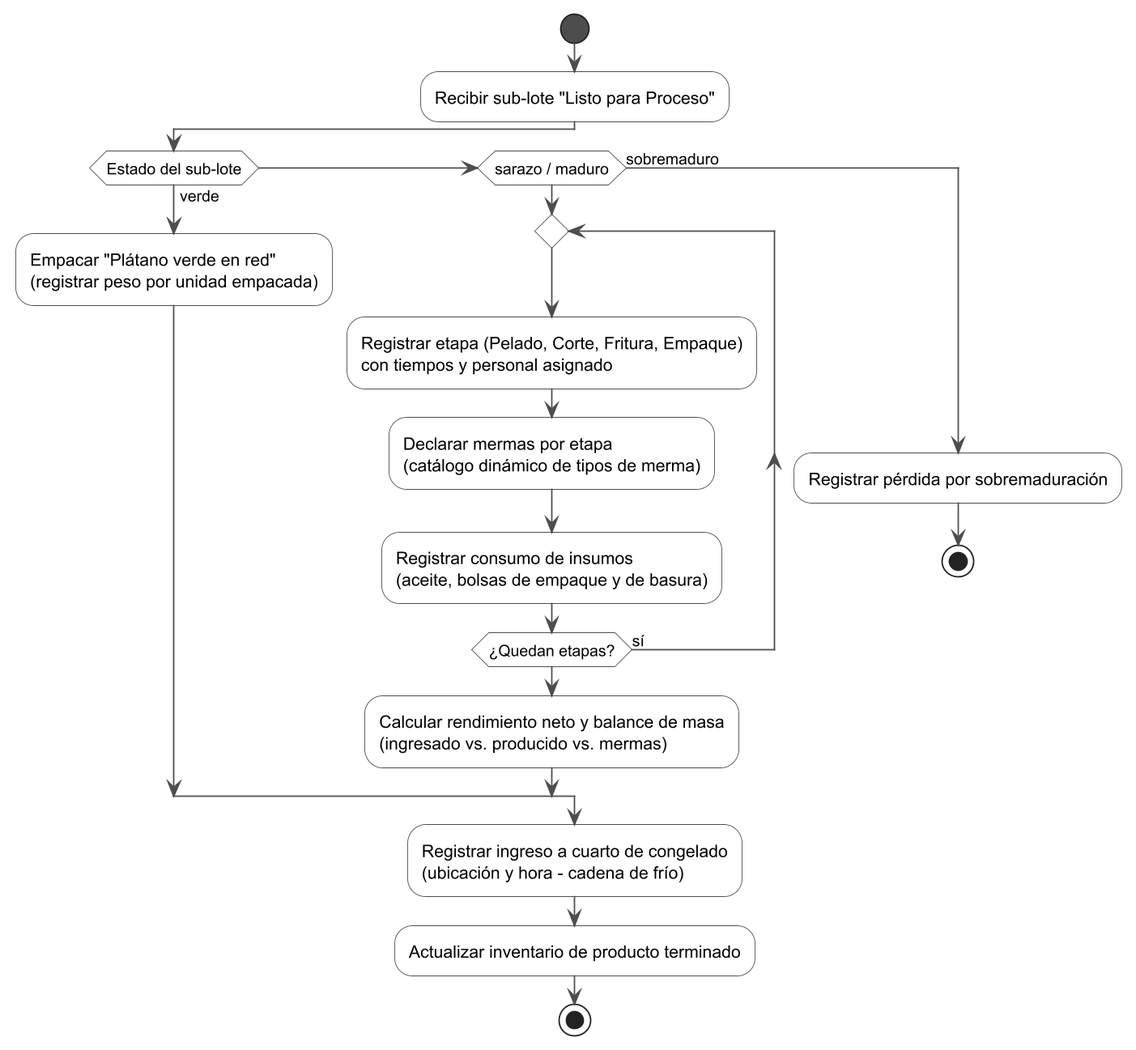
Earlier version of the PlantUML export diagramas/iteraciones/iteracion3_actividades.png (DecosUniversity/distri_yaneth_backend). Source of this version:
```plantuml
@startuml iteracion3_actividades
skinparamlocked dpi 170
skinparam shadowing false
skinparam ArrowColor #4D4D4D
skinparam activity {
  BackgroundColor #FFFFFF
  BorderColor #4D4D4D
  DiamondBackgroundColor #FFFFFF
  DiamondBorderColor #4D4D4D
  StartColor #4D4D4D
  EndColor #4D4D4D
  BarColor #4D4D4D
}

start
:Recibir sub-lote "Listo para Proceso";

if (Estado del sub-lote) then (verde)
  :Empacar "Plátano verde en red"\n(registrar peso por unidad empacada);
elseif (sarazo / maduro) then
  repeat
    :Registrar etapa (Pelado, Corte, Fritura, Empaque)\ncon tiempos y personal asignado;
    :Declarar mermas por etapa\n(catálogo dinámico de tipos de merma);
    :Registrar consumo de insumos\n(aceite, bolsas de empaque y de basura);
  repeat while (¿Quedan etapas?) is (sí)
  :Calcular rendimiento neto y balance de masa\n(ingresado vs. producido vs. mermas);
else (sobremaduro)
  :Registrar pérdida por sobremaduración;
  stop
endif

:Registrar ingreso a cuarto de congelado\n(ubicación y hora - cadena de frío);
:Actualizar inventario de producto terminado;
stop

@enduml
```
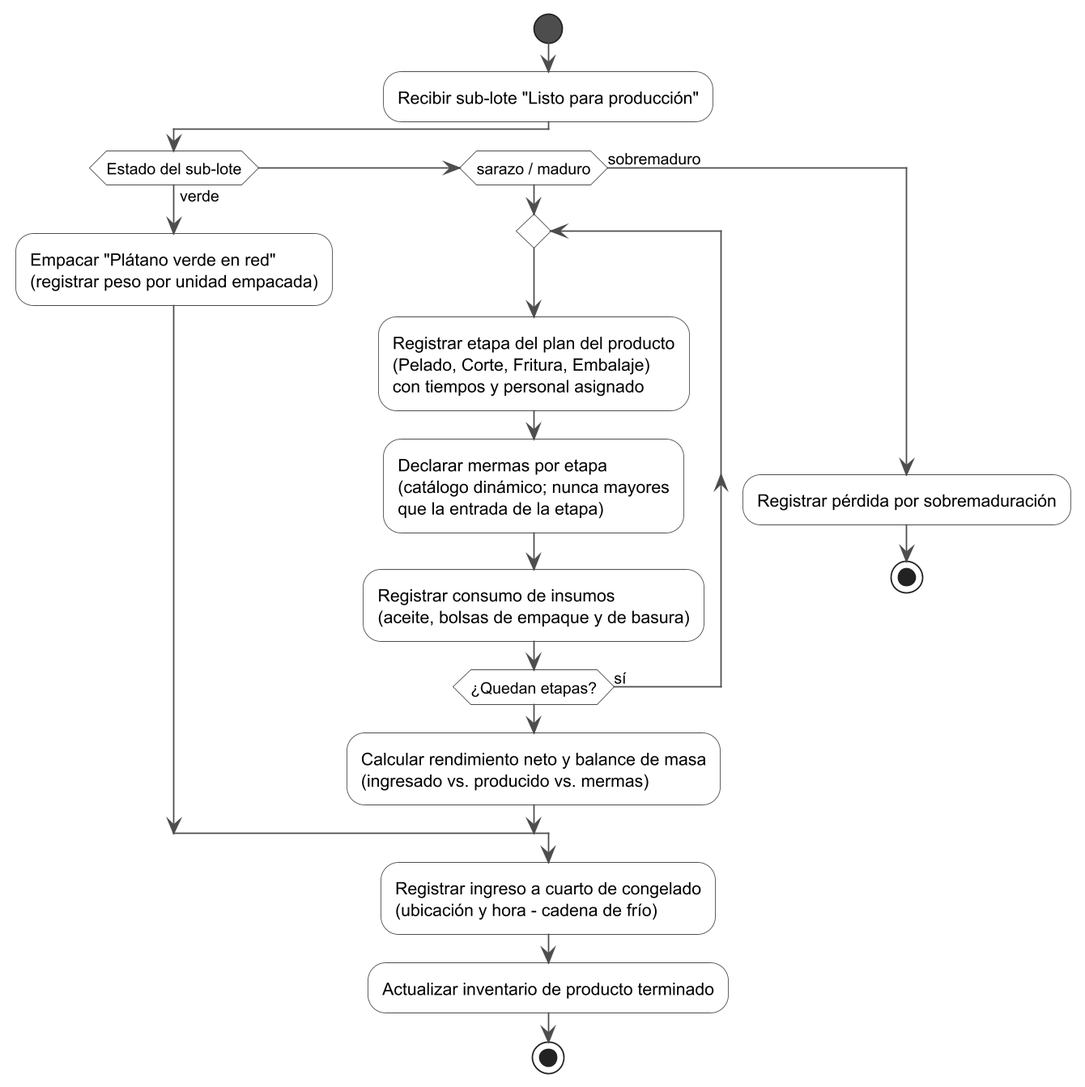
The same file after the commit.

The edit, as a diff of the source:
```diff
@@ -13,14 +13,14 @@
 }
 
 start
-:Recibir sub-lote "Listo para Proceso";
+:Recibir sub-lote "Listo para producción";
 
 if (Estado del sub-lote) then (verde)
   :Empacar "Plátano verde en red"\n(registrar peso por unidad empacada);
 elseif (sarazo / maduro) then
   repeat
-    :Registrar etapa (Pelado, Corte, Fritura, Empaque)\ncon tiempos y personal asignado;
-    :Declarar mermas por etapa\n(catálogo dinámico de tipos de merma);
+    :Registrar etapa del plan del producto\n(Pelado, Corte, Fritura, Embalaje)\ncon tiempos y personal asignado;
+    :Declarar mermas por etapa\n(catálogo dinámico; nunca mayores\nque la entrada de la etapa);
     :Registrar consumo de insumos\n(aceite, bolsas de empaque y de basura);
   repeat while (¿Quedan etapas?) is (sí)
   :Calcular rendimiento neto y balance de masa\n(ingresado vs. producido vs. mermas);
```
